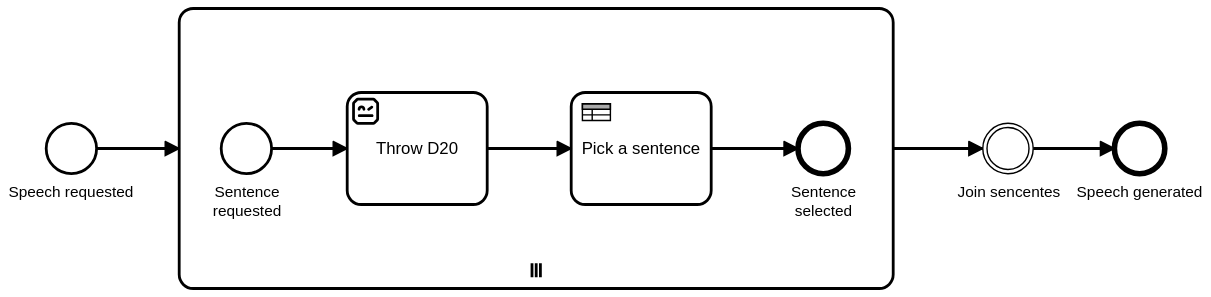
This is docs/code/speech-request.svg from datakurre/automation-playground, a BPMN export, as it was before one commit. Its source is kept beside it as docs/code/speech-request.bpmn. Ids are renumbered.
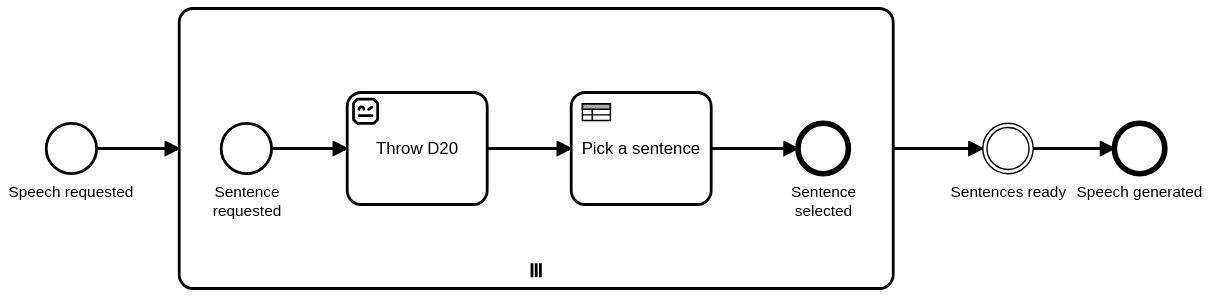
After the commit.

Diff of the diagram source:
```diff
@@ -44,7 +44,7 @@
       <bpmn:incoming>Flow_n12</bpmn:incoming>
     </bpmn:endEvent>
     <bpmn:sequenceFlow id="Flow_n4" sourceRef="Activity_n3" targetRef="Event_n13" />
-    <bpmn:intermediateThrowEvent id="Event_n13" name="Join sencentes">
+    <bpmn:intermediateThrowEvent id="Event_n13" name="Sentences ready">
       <bpmn:extensionElements>
         <zeebe:ioMapping>
           <zeebe:output source="=string join(sentences, &#34; &#34;)" target="speech" />
@@ -72,7 +72,7 @@
       <bpmndi:BPMNShape id="Event_n13_di" bpmnElement="Event_n13">
         <dc:Bounds x="848" y="159" width="36" height="36" />
         <bpmndi:BPMNLabel>
-          <dc:Bounds x="830" y="202" width="74" height="14" />
+          <dc:Bounds x="825" y="202" width="84" height="14" />
         </bpmndi:BPMNLabel>
       </bpmndi:BPMNShape>
       <bpmndi:BPMNShape id="Activity_03syojd_di" bpmnElement="Activity_n3" isExpanded="true">
```
